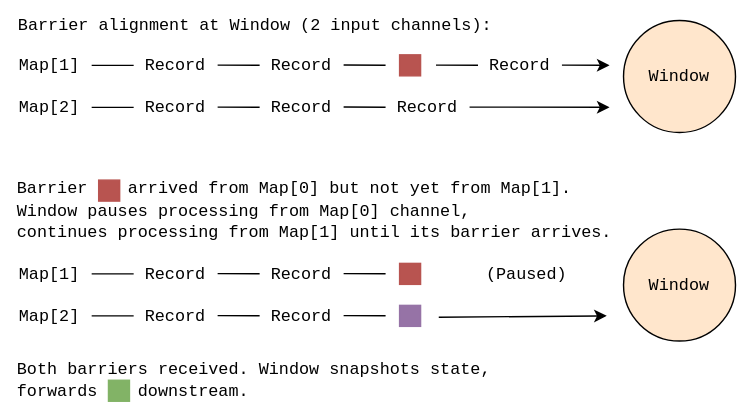
The draw.io diagram assets/posts/flink/flink-window-barrier.svg in addu390/addu390.github.io, before a commit. Source tidied: cells renumbered, new cells last; positions are measured from the earlier drawing's top-left corner, leaving out a move shared by most shapes.
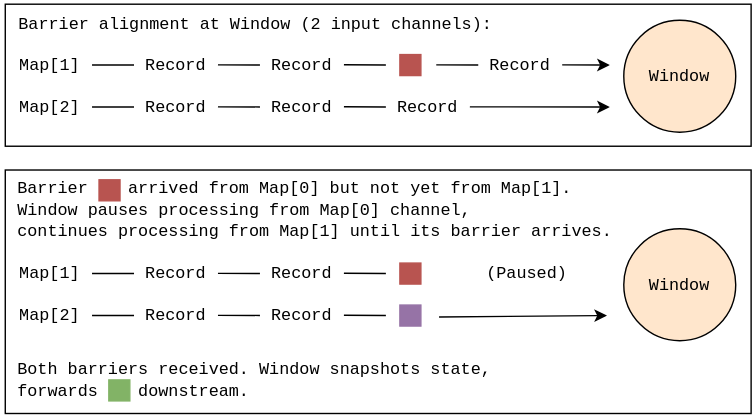
Above is the later version.

Commit message:
Complete blog all the way uptil Flink runtime

What changed in the source:
```diff
@@ -2,6 +2,12 @@
   <root>
     <mxCell id="0" />
     <mxCell id="1" parent="0" />
+    <mxCell id="43" style="rounded=0;whiteSpace=wrap;html=1;" parent="1" vertex="1">
+      <mxGeometry x="1" y="119" width="533" height="174" as="geometry" />
+    </mxCell>
+    <mxCell id="44" style="rounded=0;whiteSpace=wrap;html=1;" parent="1" vertex="1">
+      <mxGeometry x="1" y="0.5" width="533" height="101.5" as="geometry" />
+    </mxCell>
     <mxCell id="2" value="&lt;font face=&quot;monospace&quot;&gt;Map[1]&lt;/font&gt;" style="text;html=1;whiteSpace=wrap;strokeColor=none;fillColor=none;align=center;verticalAlign=middle;rounded=0;" parent="1" vertex="1">
       <mxGeometry x="3" y="29" width="60" height="30" as="geometry" />
     </mxCell>
```
